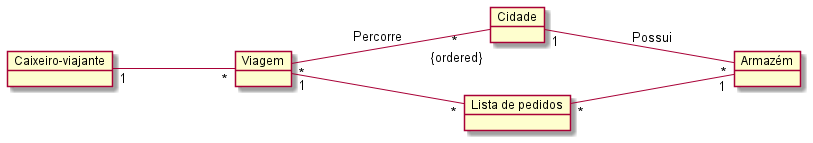
This is Imagens/modelos-02/mod02ima09/mod02ima09.png from kyriosdata/oo, a PlantUML export, as it was before one commit. Source of this version:
```plantuml
@startuml mod02ima09
object "Caixeiro-viajante" as ca
object "Viagem" as vi
object "Cidade" as ci
object "Armazém" as ar
object "Lista de pedidos" as li
left to right direction
ca"1" --- "*"vi
vi"*" --- " * \n {ordered}"ci : Percorre
ci"1" --- "*"ar : Possui
vi"1" --- "*"li
li"*" --- "1"ar
@enduml
```
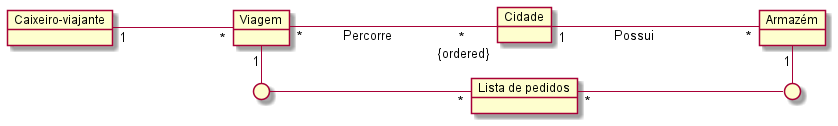
Above is the later version.

The edit, as a diff of the source:
```diff
@@ -1,13 +1,18 @@
 @startuml mod02ima09
+skinparam linetype ortho
 object "Caixeiro-viajante" as ca
 object "Viagem" as vi
 object "Cidade" as ci
 object "Armazém" as ar
 object "Lista de pedidos" as li
+circle " " as p1
+circle " " as p2
 left to right direction
 ca"1" --- "*"vi
-vi"*" --- " * \n {ordered}"ci : Percorre
-ci"1" --- "*"ar : Possui
-vi"1" --- "*"li
-li"*" --- "1"ar
+vi"*" ---- " * \n {ordered}"ci : Percorre
+ci"1" ---- "*"ar : Possui
+vi"1" --right-- p1
+p1 ---- "*"li
+li"*" ---- p2
+p2 --left-- "1"ar
 @enduml
```
